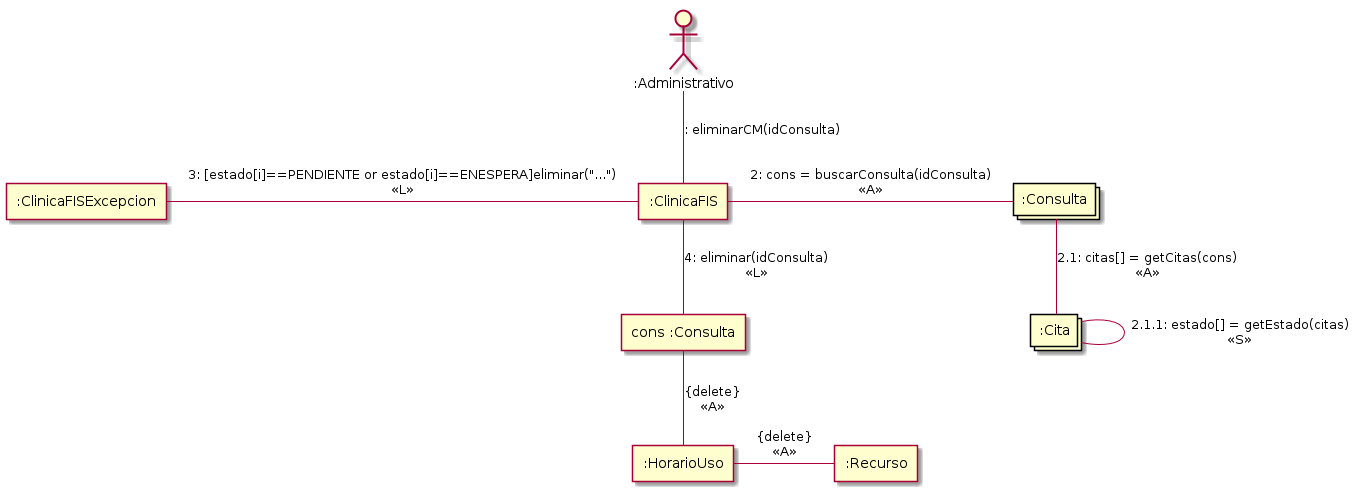
The PlantUML diagram p4/Diagramas/eliminarCM.png in jmml97/fis-practicas, before a commit.
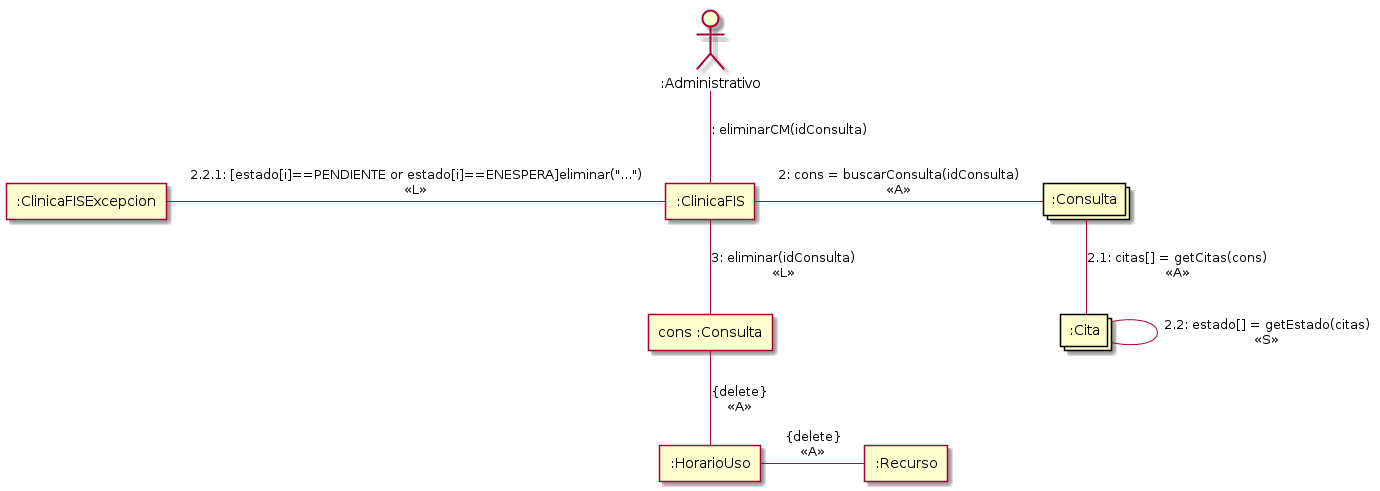
After the change.

The edit, as a diff of the source:
```diff
@@ -14,11 +14,11 @@
 
 Consulta -- Cita: 2.1: citas[] = getCitas(cons)\n<<A>>
 
-Cita - Cita: 2.1.1: estado[] = getEstado(citas)\n<<S>>
+Cita - Cita: 2.2: estado[] = getEstado(citas)\n<<S>>
 
-Excepcion - Clinica: 3: [estado[i]==PENDIENTE or estado[i]==ENESPERA]eliminar("...")\n<<L>>
+Excepcion - Clinica: 2.2.1: [estado[i]==PENDIENTE or estado[i]==ENESPERA]eliminar("...")\n<<L>>
 
-Clinica -- cons: 4: eliminar(idConsulta)\n<<L>>
+Clinica -- cons: 3: eliminar(idConsulta)\n<<L>>
 
 cons -- Horario: {delete}\n<<A>>
 
```
